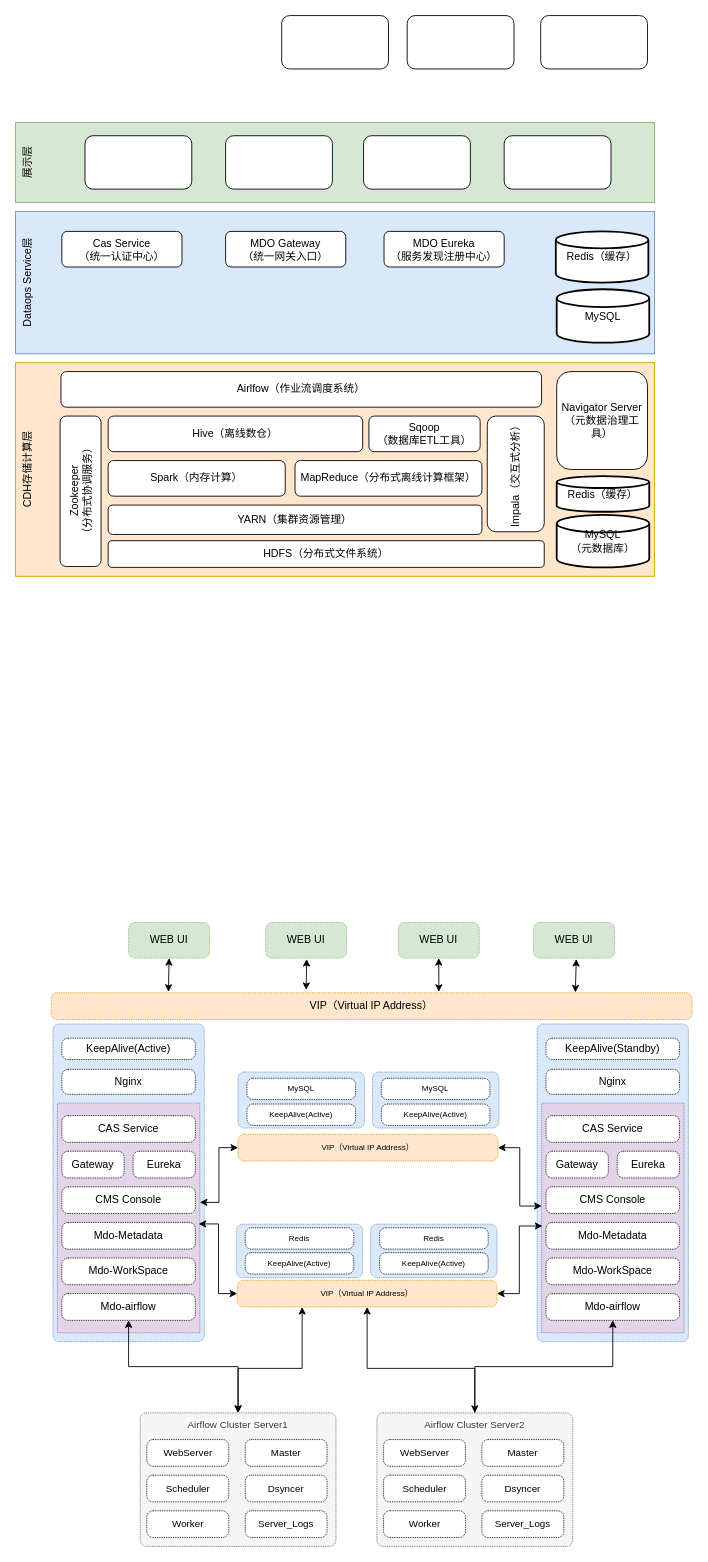
Above: Untitled Diagram.drawio in fayson/cdh-autouninstall (draw.io), before the change. Source tidied: cells renumbered, new cells numbered last; positions are measured from the earlier drawing's top-left corner, leaving out a move shared by most shapes. Both pictures are drawn from the tidied source at 89%, with x=0, y=0 at pixel (15, 15).
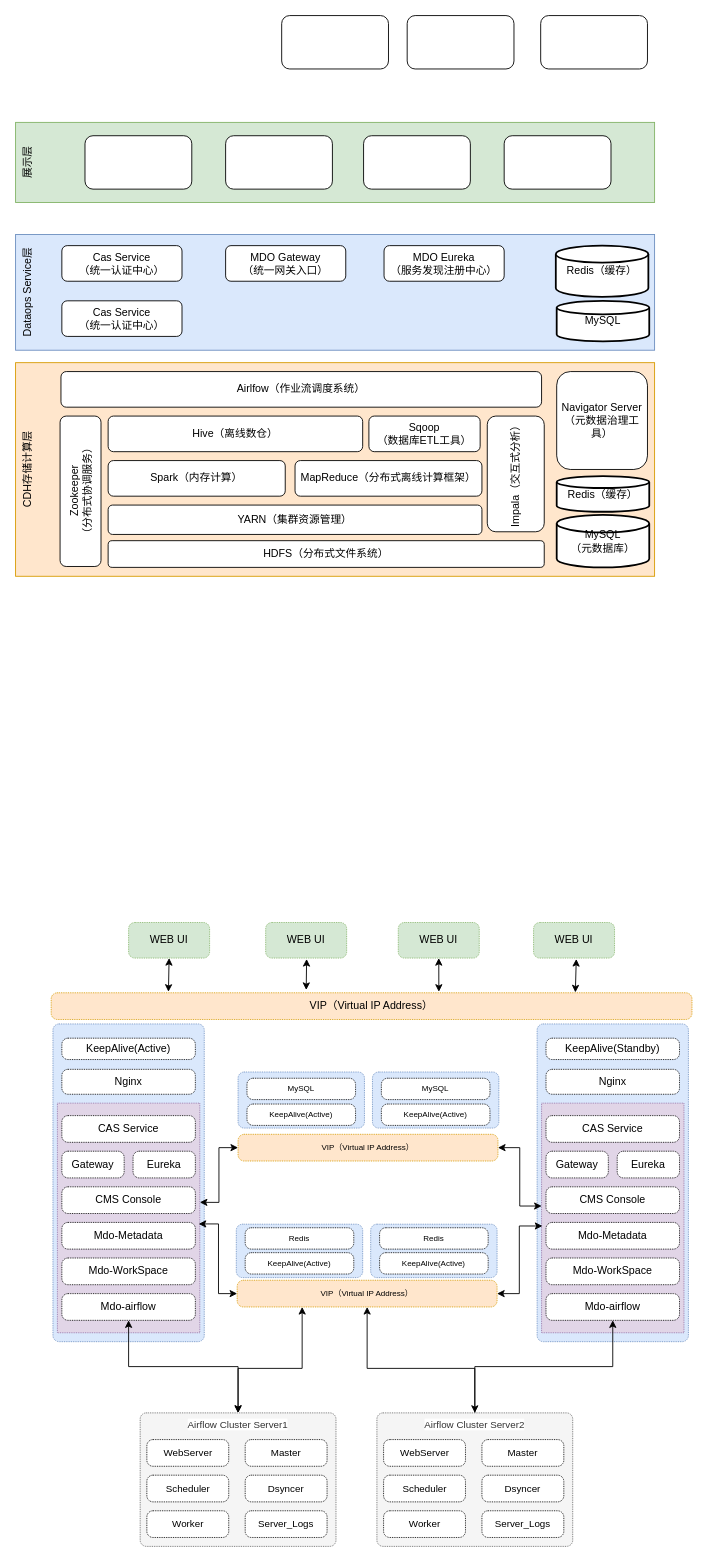
The same page after the edit.

Diff of the diagram source:
```diff
@@
     <mxCell id="69" value="Dataops Service层" style="rounded=0;whiteSpace=wrap;html=1;align=center;horizontal=0;verticalAlign=top;fillColor=#dae8fc;strokeColor=#6c8ebf;" parent="1" vertex="1">
-      <mxGeometry y="220" width="718" height="160" as="geometry" />
+      <mxGeometry y="246" width="718" height="130" as="geometry" />
     </mxCell>
@@
     <mxCell id="73" value="MySQL" style="strokeWidth=2;html=1;shape=mxgraph.flowchart.database;whiteSpace=wrap;" parent="1" vertex="1">
-      <mxGeometry x="608" y="307.5" width="104" height="60" as="geometry" />
+      <mxGeometry x="608" y="320.5" width="104" height="45.5" as="geometry" />
     </mxCell>
@@
     <mxCell id="75" value="MDO Gateway&lt;br&gt;（统一网关入口）" style="rounded=1;whiteSpace=wrap;html=1;" parent="1" vertex="1">
-      <mxGeometry x="236" y="242.5" width="135" height="40" as="geometry" />
+      <mxGeometry x="236" y="258.5" width="135" height="40" as="geometry" />
     </mxCell>
@@
     <mxCell id="93" value="Redis（缓存）" style="strokeWidth=2;html=1;shape=mxgraph.flowchart.database;whiteSpace=wrap;" parent="1" vertex="1">
-      <mxGeometry x="607" y="242.5" width="104" height="57.5" as="geometry" />
+      <mxGeometry x="607" y="258.5" width="104" height="57.5" as="geometry" />
     </mxCell>
     <mxCell id="94" value="MDO Eureka&lt;br&gt;（服务发现注册中心）" style="rounded=1;whiteSpace=wrap;html=1;" parent="1" vertex="1">
-      <mxGeometry x="414" y="242.5" width="135" height="40" as="geometry" />
+      <mxGeometry x="414" y="258.5" width="135" height="40" as="geometry" />
     </mxCell>
     <mxCell id="95" value="Cas Service&lt;br&gt;（统一认证中心）" style="rounded=1;whiteSpace=wrap;html=1;" parent="1" vertex="1">
-      <mxGeometry x="52" y="242.5" width="135" height="40" as="geometry" />
+      <mxGeometry x="52" y="258.5" width="135" height="40" as="geometry" />
     </mxCell>
+    <mxCell id="96" value="Cas Service&lt;br&gt;（统一认证中心）" style="rounded=1;whiteSpace=wrap;html=1;" parent="1" vertex="1">
+      <mxGeometry x="52" y="320.5" width="135" height="40" as="geometry" />
+    </mxCell>
```
